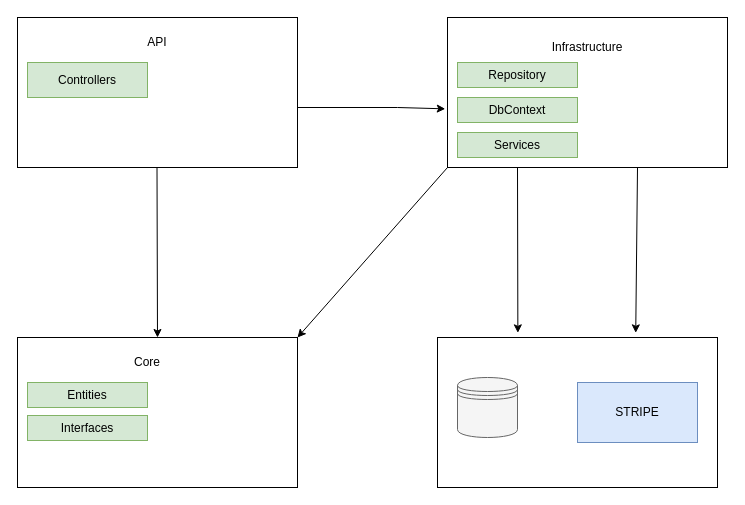
The draw.io diagram Untitled Diagram.drawio in theyuvrajgupta/Ecom, before the edit. Source tidied: cells renumbered, new cells numbered last; positions are measured from the earlier drawing's top-left corner, leaving out a move shared by most shapes. Both pictures are drawn from the tidied source at 100%, with x=0, y=0 at pixel (17, 17).
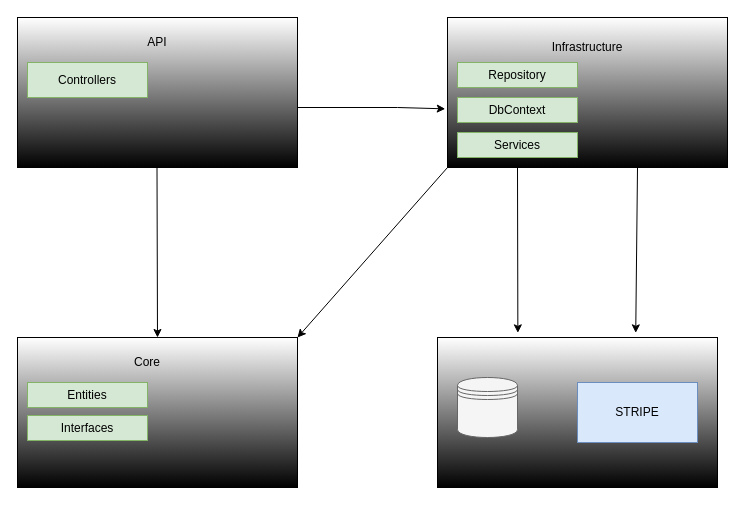
The same diagram, later.

Change to the diagram source:
```diff
@@
-    <mxCell id="2" style="rounded=0;whiteSpace=wrap;html=1;" parent="1" vertex="1">
+    <mxCell id="2" style="rounded=0;whiteSpace=wrap;html=1;gradientColor=default;" parent="1" vertex="1">
       <mxGeometry width="280" height="150" as="geometry" />
     </mxCell>
-    <mxCell id="3" style="rounded=0;whiteSpace=wrap;html=1;" parent="1" vertex="1">
+    <mxCell id="3" style="rounded=0;whiteSpace=wrap;html=1;gradientColor=default;" parent="1" vertex="1">
       <mxGeometry y="320" width="280" height="150" as="geometry" />
     </mxCell>
-    <mxCell id="4" style="rounded=0;whiteSpace=wrap;html=1;" parent="1" vertex="1">
+    <mxCell id="4" style="rounded=0;whiteSpace=wrap;html=1;gradientColor=default;" parent="1" vertex="1">
       <mxGeometry x="420" y="320" width="280" height="150" as="geometry" />
     </mxCell>
-    <mxCell id="5" style="rounded=0;whiteSpace=wrap;html=1;" parent="1" vertex="1">
+    <mxCell id="5" style="rounded=0;whiteSpace=wrap;html=1;gradientColor=default;" parent="1" vertex="1">
       <mxGeometry x="430" width="280" height="150" as="geometry" />
     </mxCell>
```
